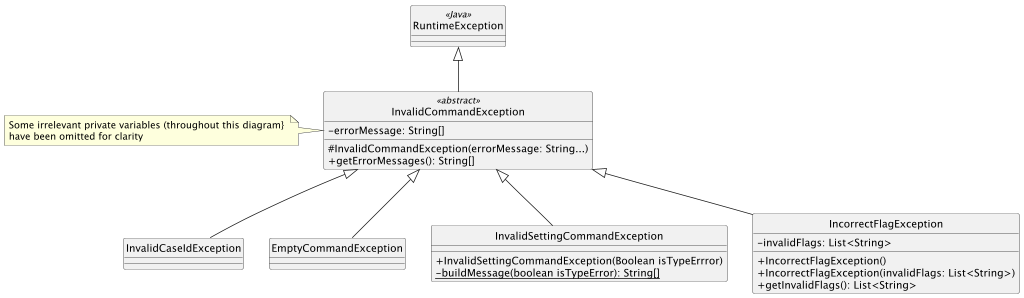
zhengjie2002/tp keeps this PlantUML diagram as docs/images/ExceptionHierarchy.png. Above is the earlier version.
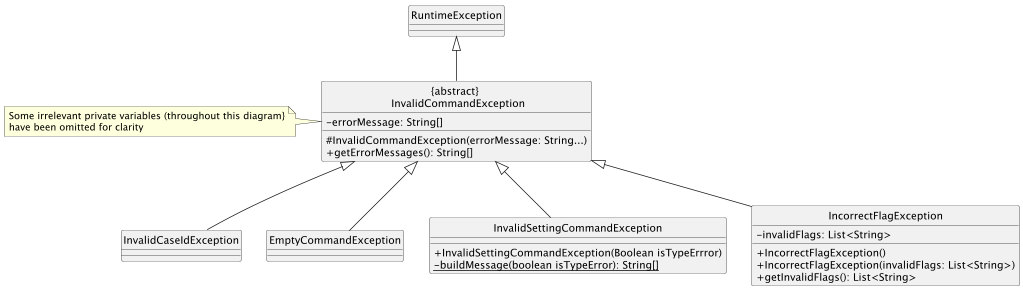
After the change.

Change to the diagram source:
```diff
@@ -3,10 +3,10 @@
 skinparam classAttributeIconSize 0
 scale max 1024 width
 
-class RuntimeException <<Java>> {
+class RuntimeException {
 }
 
-class InvalidCommandException <<abstract>> {
+class "{abstract} \n InvalidCommandException" {
     - errorMessage: String[]
     # InvalidCommandException(errorMessage: String...)
     + getErrorMessages(): String[]
@@ -30,13 +30,13 @@
     + getInvalidFlags(): List<String>
 }
 
-RuntimeException <|-- InvalidCommandException
-InvalidCommandException <|-- InvalidCaseIdException
-InvalidCommandException <|-- InvalidSettingCommandException
-InvalidCommandException <|-- IncorrectFlagException
-InvalidCommandException <|-- EmptyCommandException
+RuntimeException <|-- "{abstract} \n InvalidCommandException"
+"{abstract} \n InvalidCommandException" <|-- InvalidCaseIdException
+"{abstract} \n InvalidCommandException" <|-- InvalidSettingCommandException
+"{abstract} \n InvalidCommandException" <|-- IncorrectFlagException
+"{abstract} \n InvalidCommandException" <|-- EmptyCommandException
 
-note left of InvalidCommandException
+note left of "{abstract} \n InvalidCommandException"
 Some irrelevant private variables (throughout this diagram}
 have been omitted for clarity
 end note
```
